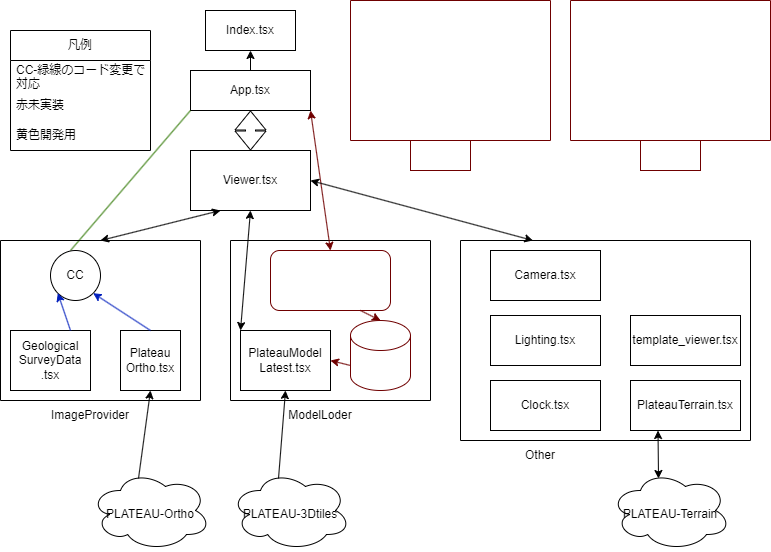
nanten-pi/Plateau_2024 keeps this draw.io diagram as sekkei.drawio.png. Above is the earlier version. Source tidied: cells renumbered, new cells last; positions are measured from the earlier drawing's top-left corner, leaving out a move shared by most shapes.
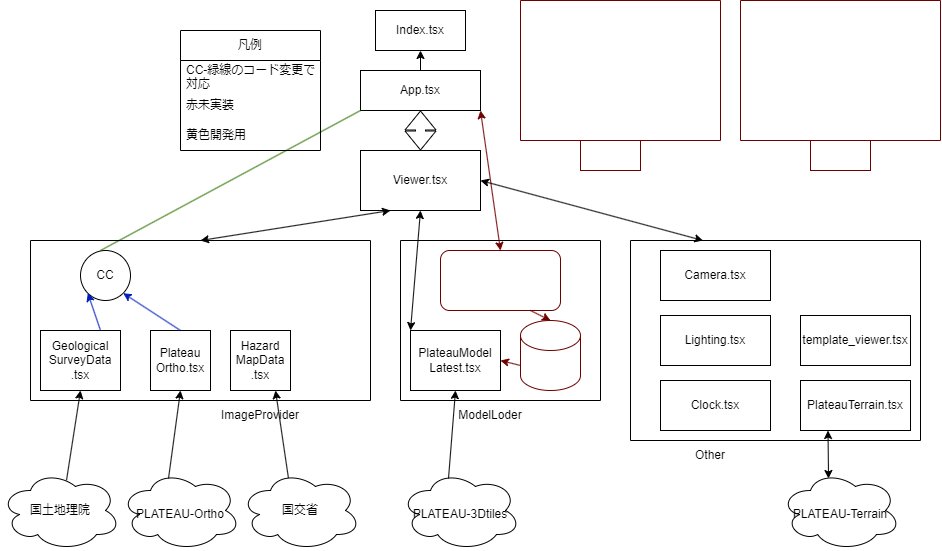
Later version of the same file.

Commit message:
feat:地理院地図を追加、これらレイヤの操作機構が必要かも

Diff of the diagram source:
```diff
@@ -35,7 +35,7 @@
       <mxGeometry y="90" width="140" height="30" as="geometry" />
     </mxCell>
     <mxCell id="12" style="swimlane;startSize=0;" parent="1" vertex="1">
-      <mxGeometry y="240" width="200" height="160" as="geometry" />
+      <mxGeometry x="-140" y="240" width="340" height="160" as="geometry" />
     </mxCell>
     <mxCell id="13" value="Plateau&lt;br&gt;Ortho.tsx" style="rounded=0;whiteSpace=wrap;html=1;" parent="12" vertex="1">
       <mxGeometry x="120" y="90" width="60" height="60" as="geometry" />
@@ -52,6 +52,9 @@
     <mxCell id="17" style="endArrow=classic;html=1;entryX=1;entryY=1;entryDx=0;entryDy=0;exitX=0.5;exitY=0;exitDx=0;exitDy=0;fillColor=#0050ef;strokeColor=#001DBC;" parent="12" edge="1" source="13" target="15">
       <mxGeometry relative="1" as="geometry" />
     </mxCell>
+    <mxCell id="47" value="Hazard&lt;br&gt;MapData&lt;br&gt;.tsx" style="rounded=0;whiteSpace=wrap;html=1;" parent="12" vertex="1">
+      <mxGeometry x="200" y="90" width="60" height="60" as="geometry" />
+    </mxCell>
     <mxCell id="18" value="ImageProvider" style="text;html=1;strokeColor=none;fillColor=none;align=center;verticalAlign=middle;whiteSpace=wrap;rounded=0;" parent="1" vertex="1">
       <mxGeometry x="60" y="400" width="60" height="30" as="geometry" />
     </mxCell>
@@ -119,7 +122,7 @@
       <mxGeometry relative="1" as="geometry" />
     </mxCell>
     <mxCell id="40" value="&lt;h1 dir=&quot;auto&quot; class=&quot;heading-element&quot; tabindex=&quot;-1&quot;&gt;&lt;span style=&quot;font-weight: normal;&quot;&gt;&lt;font style=&quot;font-size: 12px;&quot;&gt;PLATEAU-Ortho&lt;/font&gt;&lt;/span&gt;&lt;/h1&gt;" style="ellipse;shape=cloud;whiteSpace=wrap;html=1;fillColor=none;" parent="1" vertex="1">
-      <mxGeometry x="90" y="470" width="120" height="80" as="geometry" />
+      <mxGeometry x="-50" y="470" width="120" height="80" as="geometry" />
     </mxCell>
     <mxCell id="41" value="&lt;h1 dir=&quot;auto&quot; class=&quot;heading-element&quot; tabindex=&quot;-1&quot;&gt;&lt;span style=&quot;font-weight: normal;&quot;&gt;&lt;font style=&quot;font-size: 12px;&quot;&gt;PLATEAU-3Dtiles&lt;/font&gt;&lt;/span&gt;&lt;/h1&gt;" style="ellipse;shape=cloud;whiteSpace=wrap;html=1;fillColor=none;" parent="1" vertex="1">
       <mxGeometry x="230" y="470" width="120" height="80" as="geometry" />
@@ -139,5 +142,17 @@
     <mxCell id="46" value="Index.tsx" style="rounded=0;whiteSpace=wrap;html=1;fontSize=12;fillColor=none;" parent="1" vertex="1">
       <mxGeometry x="205" y="10" width="90" height="40" as="geometry" />
     </mxCell>
+    <mxCell id="48" value="国土地理院" style="ellipse;shape=cloud;whiteSpace=wrap;html=1;" parent="1" vertex="1">
+      <mxGeometry x="-170" y="470" width="120" height="80" as="geometry" />
+    </mxCell>
+    <mxCell id="49" style="edgeStyle=none;html=1;exitX=0.4;exitY=0.1;exitDx=0;exitDy=0;exitPerimeter=0;entryX=0.75;entryY=1;entryDx=0;entryDy=0;" parent="1" edge="1" source="50" target="47">
+      <mxGeometry relative="1" as="geometry" />
+    </mxCell>
+    <mxCell id="50" value="国交省" style="ellipse;shape=cloud;whiteSpace=wrap;html=1;" parent="1" vertex="1">
+      <mxGeometry x="70" y="470" width="120" height="80" as="geometry" />
+    </mxCell>
+    <mxCell id="51" style="endArrow=classic;html=1;entryX=0.5;entryY=1;entryDx=0;entryDy=0;exitX=0.55;exitY=0.123;exitDx=0;exitDy=0;exitPerimeter=0;" parent="1" edge="1" source="48" target="14">
+      <mxGeometry relative="1" as="geometry" />
+    </mxCell>
   </root>
 </mxGraphModel>
```
